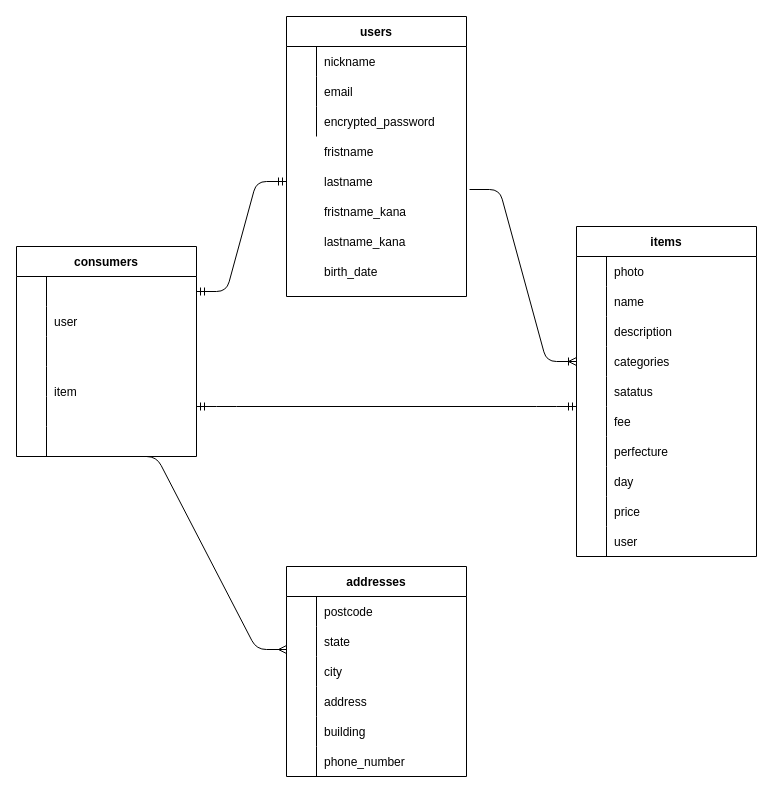
Above: furima_33819.dio in K-OSG/furima-33819 (draw.io), before the change. Source tidied: cells renumbered, new cells numbered last; positions are measured from the earlier drawing's top-left corner, leaving out a move shared by most shapes. Both pictures are drawn from the tidied source at 100%, with x=0, y=0 at pixel (16, 16).
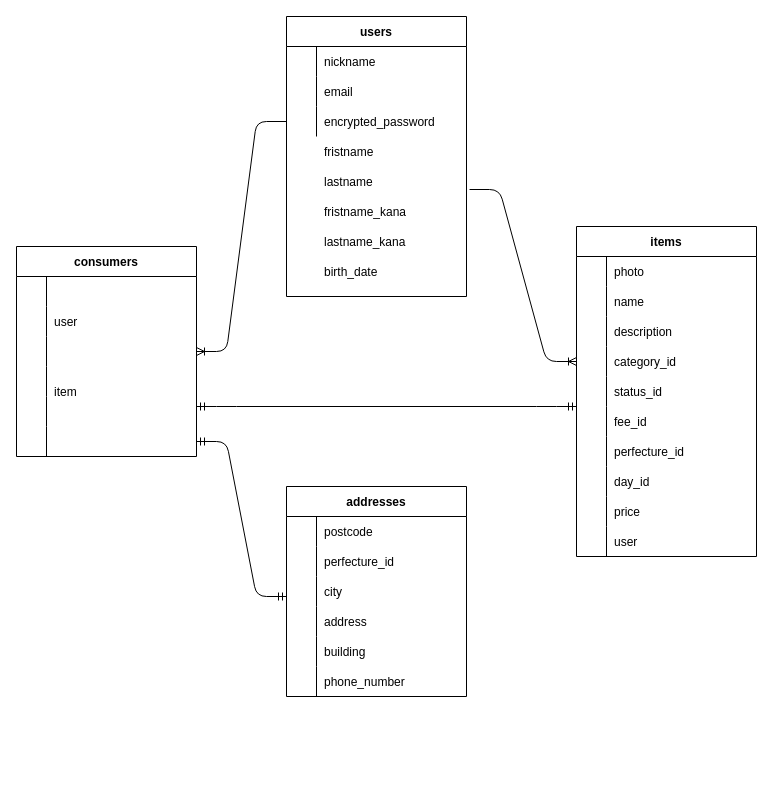
The same page after the edit.

Commit message (it also covers changes not shown here):
テーブル設計の修正２回目

The change refers to these unchanged cells:
```xml
<mxCell id="9" style="shape=partialRectangle;fillColor=none;top=0;left=0;bottom=0;right=0;points=[[0,0.5],[1,0.5]];portConstraint=eastwest;" parent="2" vertex="1">
  <mxGeometry y="90" width="180" height="30" as="geometry" />
</mxCell>
<mxCell id="26" style="shape=partialRectangle;fillColor=none;top=0;left=0;bottom=0;right=0;points=[[0,0.5],[1,0.5]];portConstraint=eastwest;" parent="1" vertex="1">
  <mxGeometry x="270" y="150" width="180" height="30" as="geometry" />
</mxCell>
<mxCell id="39" style="shape=partialRectangle;fillColor=none;top=0;left=0;bottom=0;right=0;points=[[0,0.5],[1,0.5]];portConstraint=eastwest;" parent="29" vertex="1">
  <mxGeometry y="120" width="180" height="30" as="geometry" />
</mxCell>
<mxCell id="42" style="shape=partialRectangle;fillColor=none;top=0;left=0;bottom=0;right=0;" parent="29" vertex="1">
  <mxGeometry y="150" width="180" height="30" as="geometry" />
</mxCell>
<mxCell id="45" style="shape=partialRectangle;fillColor=none;top=0;left=0;bottom=0;right=0;" parent="29" vertex="1">
  <mxGeometry y="180" width="180" height="30" as="geometry" />
</mxCell>
<mxCell id="48" style="shape=partialRectangle;fillColor=none;top=0;left=0;bottom=0;right=0;" parent="29" vertex="1">
  <mxGeometry y="210" width="180" height="30" as="geometry" />
</mxCell>
<mxCell id="51" style="shape=partialRectangle;fillColor=none;top=0;left=0;bottom=0;right=0;" parent="29" vertex="1">
  <mxGeometry y="240" width="180" height="30" as="geometry" />
</mxCell>
<mxCell id="61" style="shape=partialRectangle;fillColor=none;top=0;left=0;bottom=0;right=0;points=[[0,0.5],[1,0.5]];portConstraint=eastwest;" parent="60" vertex="1">
  <mxGeometry y="30" width="180" height="30" as="geometry" />
</mxCell>
<mxCell id="67" style="shape=partialRectangle;fillColor=none;top=0;left=0;bottom=0;right=0;points=[[0,0.5],[1,0.5]];portConstraint=eastwest;" parent="60" vertex="1">
  <mxGeometry y="90" width="180" height="30" as="geometry" />
</mxCell>
<mxCell id="76" style="shape=partialRectangle;fillColor=none;top=0;left=0;bottom=0;right=0;points=[[0,0.5],[1,0.5]];portConstraint=eastwest;" parent="60" vertex="1">
  <mxGeometry y="180" width="180" height="30" as="geometry" />
</mxCell>
<mxCell id="89" style="shape=partialRectangle;fillColor=none;top=0;left=0;bottom=0;right=0;points=[[0,0.5],[1,0.5]];portConstraint=eastwest;" parent="85" vertex="1">
  <mxGeometry y="60" width="180" height="30" as="geometry" />
</mxCell>
```

Change to the diagram source:
```diff
@@
-    <mxCell id="41" value="categories" style="shape=partialRectangle;fillColor=none;top=0;left=0;bottom=0;right=0;align=left;spacingLeft=6;overflow=hidden;" parent="39" vertex="1">
+    <mxCell id="41" value="category_id" style="shape=partialRectangle;fillColor=none;top=0;left=0;bottom=0;right=0;align=left;spacingLeft=6;overflow=hidden;" parent="39" vertex="1">
       <mxGeometry x="30" width="150" height="30" as="geometry" />
     </mxCell>
@@
-    <mxCell id="44" value="satatus" style="shape=partialRectangle;fillColor=none;top=0;left=0;bottom=0;right=0;align=left;spacingLeft=6;overflow=hidden;" parent="42" vertex="1">
+    <mxCell id="44" value="status_id" style="shape=partialRectangle;fillColor=none;top=0;left=0;bottom=0;right=0;align=left;spacingLeft=6;overflow=hidden;" parent="42" vertex="1">
       <mxGeometry x="30" width="150" height="30" as="geometry" />
     </mxCell>
@@
-    <mxCell id="47" value="fee" style="shape=partialRectangle;fillColor=none;top=0;left=0;bottom=0;right=0;align=left;spacingLeft=6;overflow=hidden;" parent="45" vertex="1">
+    <mxCell id="47" value="fee_id" style="shape=partialRectangle;fillColor=none;top=0;left=0;bottom=0;right=0;align=left;spacingLeft=6;overflow=hidden;" parent="45" vertex="1">
       <mxGeometry x="30" width="150" height="30" as="geometry" />
     </mxCell>
@@
-    <mxCell id="50" value="perfecture" style="shape=partialRectangle;fillColor=none;top=0;left=0;bottom=0;right=0;align=left;spacingLeft=6;overflow=hidden;" parent="48" vertex="1">
+    <mxCell id="50" value="perfecture_id" style="shape=partialRectangle;fillColor=none;top=0;left=0;bottom=0;right=0;align=left;spacingLeft=6;overflow=hidden;" parent="48" vertex="1">
       <mxGeometry x="30" width="150" height="30" as="geometry" />
     </mxCell>
@@
-    <mxCell id="53" value="day" style="shape=partialRectangle;fillColor=none;top=0;left=0;bottom=0;right=0;align=left;spacingLeft=6;overflow=hidden;" parent="51" vertex="1">
+    <mxCell id="53" value="day_id" style="shape=partialRectangle;fillColor=none;top=0;left=0;bottom=0;right=0;align=left;spacingLeft=6;overflow=hidden;" parent="51" vertex="1">
       <mxGeometry x="30" width="150" height="30" as="geometry" />
     </mxCell>
@@
-    <mxCell id="84" style="edgeStyle=entityRelationEdgeStyle;fontSize=12;html=1;endArrow=ERmandOne;startArrow=ERmandOne;entryX=0;entryY=0.5;entryDx=0;entryDy=0;exitX=1;exitY=0.5;exitDx=0;exitDy=0;" parent="1" edge="1" source="61" target="26">
-      <mxGeometry relative="1" as="geometry" />
-    </mxCell>
     <mxCell id="85" value="addresses" style="shape=table;startSize=30;childLayout=tableLayout;rowLines=0;fontStyle=1;align=center;" parent="1" vertex="1">
-      <mxGeometry x="270" y="550" width="180" height="210" as="geometry" />
+      <mxGeometry x="270" y="470" width="180" height="210" as="geometry" />
     </mxCell>
@@
-    <mxCell id="91" value="state" style="shape=partialRectangle;fillColor=none;top=0;left=0;bottom=0;right=0;align=left;spacingLeft=6;overflow=hidden;" parent="89" vertex="1">
+    <mxCell id="91" value="perfecture_id" style="shape=partialRectangle;fillColor=none;top=0;left=0;bottom=0;right=0;align=left;spacingLeft=6;overflow=hidden;" parent="89" vertex="1">
       <mxGeometry x="30" width="150" height="30" as="geometry" />
     </mxCell>
@@
-    <mxCell id="104" style="edgeStyle=entityRelationEdgeStyle;fontSize=12;html=1;endArrow=ERmany;entryX=0;entryY=0.767;entryDx=0;entryDy=0;entryPerimeter=0;" parent="1" edge="1" target="89">
+    <mxCell id="104" style="edgeStyle=entityRelationEdgeStyle;fontSize=12;html=1;endArrow=ERmandOne;startArrow=ERmandOne;exitX=1;exitY=0.5;exitDx=0;exitDy=0;" parent="1" edge="1" source="76">
       <mxGeometry relative="1" as="geometry">
-        <mxPoint x="110" y="440" as="sourcePoint" />
+        <mxPoint x="270" y="580" as="targetPoint" />
       </mxGeometry>
     </mxCell>
+    <mxCell id="105" style="edgeStyle=entityRelationEdgeStyle;fontSize=12;html=1;endArrow=ERoneToMany;exitX=0;exitY=0.5;exitDx=0;exitDy=0;entryX=1;entryY=0.5;entryDx=0;entryDy=0;" parent="1" edge="1" source="9" target="67">
+      <mxGeometry relative="1" as="geometry" />
+    </mxCell>
```
